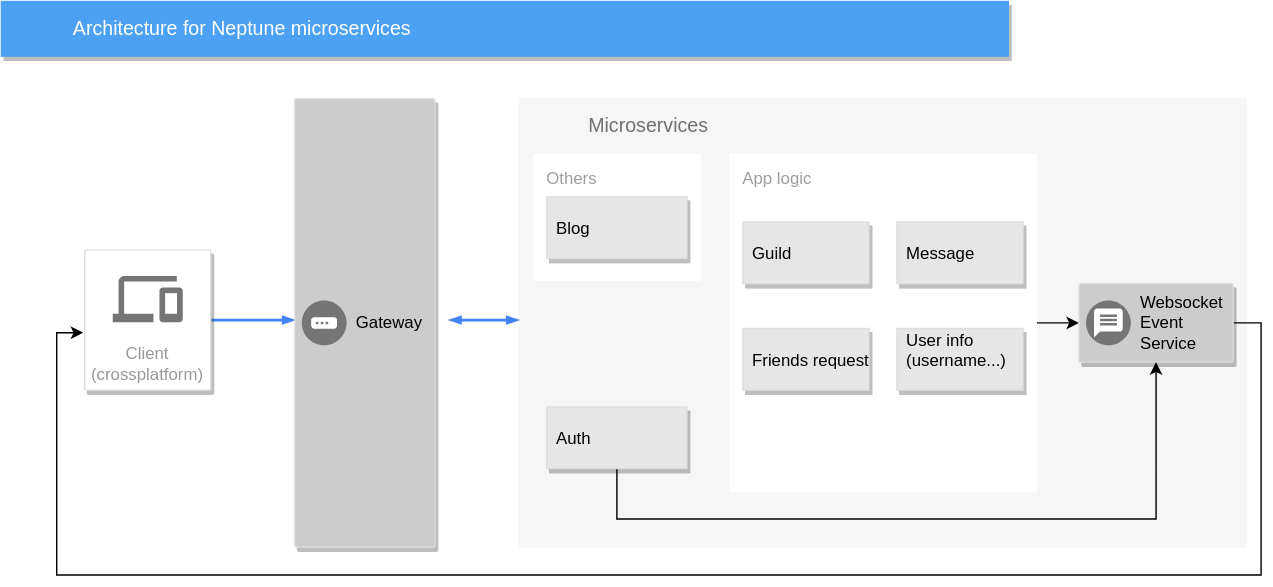
Before: diagram/diagram.svg, a diagram exported from draw.io (NeptuneOrg/guideline). Source tidied: cells renumbered, new cells last; positions are measured from the earlier drawing's top-left corner, leaving out a move shared by most shapes.
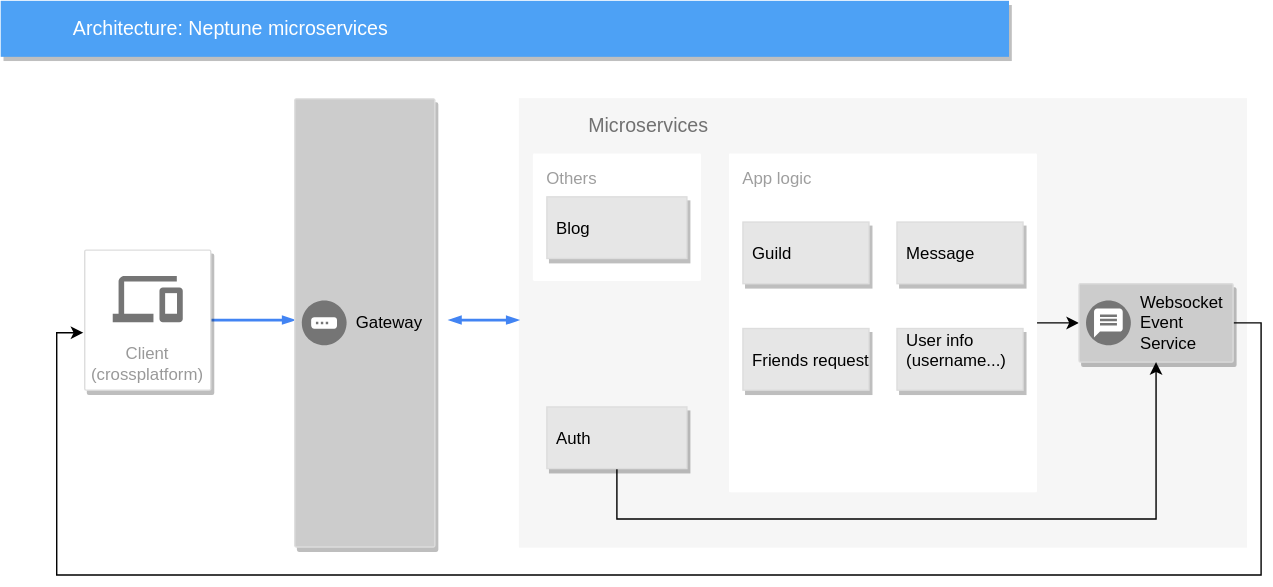
After the commit.

Change to the diagram source:
```diff
@@ -5,7 +5,7 @@
     <mxCell id="2" value="&lt;div&gt;Microservices&lt;/div&gt;" style="fillColor=#F6F6F6;strokeColor=none;shadow=0;gradientColor=none;fontSize=14;align=left;spacing=10;fontColor=#717171;9E9E9E;verticalAlign=top;spacingTop=-4;fontStyle=0;spacingLeft=40;html=1;" parent="1" vertex="1">
       <mxGeometry x="370" y="69.5" width="520" height="321" as="geometry" />
     </mxCell>
-    <mxCell id="3" value="Architecture for Neptune microservices" style="fillColor=#4DA1F5;strokeColor=none;shadow=1;gradientColor=none;fontSize=14;align=left;spacingLeft=50;fontColor=#ffffff;html=1;" parent="1" vertex="1">
+    <mxCell id="3" value="Architecture: Neptune microservices" style="fillColor=#4DA1F5;strokeColor=none;shadow=1;gradientColor=none;fontSize=14;align=left;spacingLeft=50;fontColor=#ffffff;html=1;" parent="1" vertex="1">
       <mxGeometry width="720" height="40" as="geometry" />
     </mxCell>
     <mxCell id="4" style="edgeStyle=orthogonalEdgeStyle;rounded=0;html=1;labelBackgroundColor=none;startFill=1;startSize=4;endArrow=blockThin;endFill=1;endSize=4;jettySize=auto;strokeColor=#4284F3;strokeWidth=2;fontSize=12;fontColor=#000000;align=left;dashed=0;" parent="1" edge="1" source="5">
```
